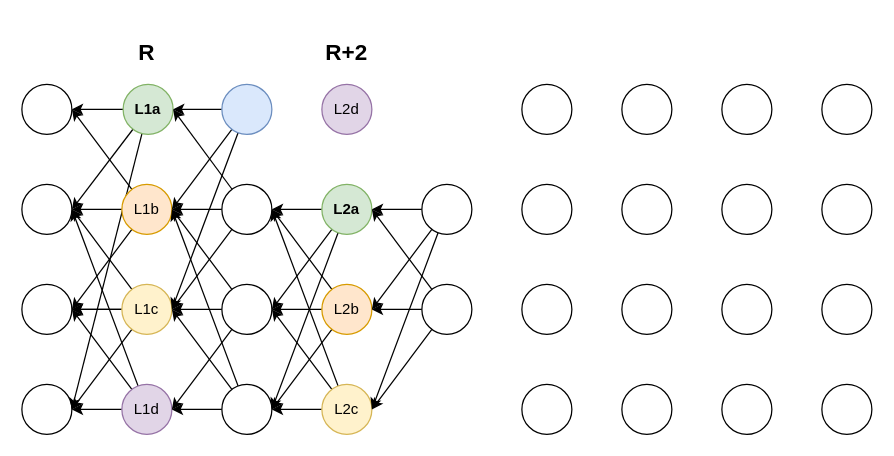
Earlier version of the draw.io diagram dag.drawio (asonnino/various-diagrams). Source tidied: cells renumbered, new cells numbered last; positions are measured from the earlier drawing's top-left corner, leaving out a move shared by most shapes. Both pictures are drawn from the tidied source at 125%, with x=0, y=0 at pixel (21, 34).
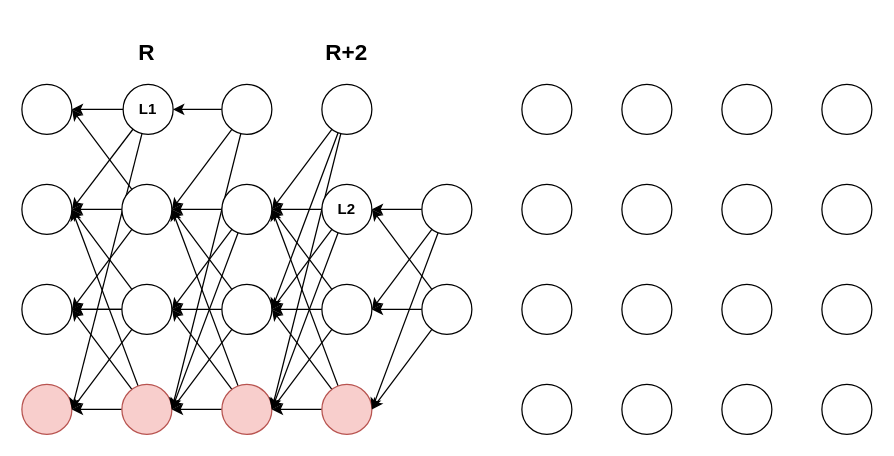
The same page after the edit.

The change refers to these unchanged cells:
```xml
<mxCell id="30" style="ellipse;whiteSpace=wrap;html=1;" parent="1" vertex="1">
  <mxGeometry x="160" y="120" width="40" height="40" as="geometry" />
</mxCell>
<mxCell id="34" style="ellipse;whiteSpace=wrap;html=1;" parent="1" vertex="1">
  <mxGeometry x="160" y="200" width="40" height="40" as="geometry" />
</mxCell>
```

Diff of the diagram source:
```diff
@@
-    <mxCell id="5" style="ellipse;whiteSpace=wrap;html=1;" parent="1" vertex="1">
+    <mxCell id="5" style="ellipse;whiteSpace=wrap;html=1;fillColor=#f8cecc;strokeColor=#b85450;" parent="1" vertex="1">
       <mxGeometry y="280" width="40" height="40" as="geometry" />
     </mxCell>
@@
-    <mxCell id="9" value="&lt;b&gt;L1a&lt;/b&gt;" style="ellipse;whiteSpace=wrap;html=1;fillColor=#d5e8d4;strokeColor=#82b366;" parent="1" vertex="1">
+    <mxCell id="9" value="&lt;b&gt;L1&lt;/b&gt;" style="ellipse;whiteSpace=wrap;html=1;" parent="1" vertex="1">
       <mxGeometry x="81" y="40" width="40" height="40" as="geometry" />
     </mxCell>
@@
-    <mxCell id="13" value="L1b" style="ellipse;whiteSpace=wrap;html=1;fillColor=#ffe6cc;strokeColor=#d79b00;" parent="1" vertex="1">
+    <mxCell id="13" style="ellipse;whiteSpace=wrap;html=1;" parent="1" vertex="1">
       <mxGeometry x="80" y="120" width="40" height="40" as="geometry" />
     </mxCell>
@@
-    <mxCell id="18" value="L1c" style="ellipse;whiteSpace=wrap;html=1;fillColor=#fff2cc;strokeColor=#d6b656;" parent="1" vertex="1">
+    <mxCell id="18" style="ellipse;whiteSpace=wrap;html=1;" parent="1" vertex="1">
       <mxGeometry x="80" y="200" width="40" height="40" as="geometry" />
     </mxCell>
@@
-    <mxCell id="22" value="L1d" style="ellipse;whiteSpace=wrap;html=1;fillColor=#e1d5e7;strokeColor=#9673a6;" parent="1" vertex="1">
+    <mxCell id="22" style="ellipse;whiteSpace=wrap;html=1;fillColor=#f8cecc;strokeColor=#b85450;" parent="1" vertex="1">
       <mxGeometry x="80" y="280" width="40" height="40" as="geometry" />
     </mxCell>
@@
-    <mxCell id="25" style="edgeStyle=none;rounded=0;jettySize=auto;html=1;entryX=1;entryY=0.5;entryDx=0;entryDy=0;" parent="1" edge="1" source="26" target="18">
+    <mxCell id="25" style="edgeStyle=none;rounded=0;jettySize=auto;html=1;entryX=1;entryY=0.5;entryDx=0;entryDy=0;" parent="1" edge="1" source="26" target="22">
       <mxGeometry relative="1" as="geometry" />
     </mxCell>
-    <mxCell id="26" style="ellipse;whiteSpace=wrap;html=1;fillColor=#dae8fc;strokeColor=#6c8ebf;" parent="1" vertex="1">
+    <mxCell id="26" style="ellipse;whiteSpace=wrap;html=1;" parent="1" vertex="1">
       <mxGeometry x="160" y="40" width="40" height="40" as="geometry" />
     </mxCell>
@@
-    <mxCell id="29" style="edgeStyle=none;rounded=0;jettySize=auto;html=1;entryX=1;entryY=0.5;entryDx=0;entryDy=0;" parent="1" edge="1" source="30" target="9">
+    <mxCell id="29" style="edgeStyle=none;rounded=0;jettySize=auto;html=1;entryX=1;entryY=0.5;entryDx=0;entryDy=0;" parent="1" edge="1" source="30" target="22">
       <mxGeometry relative="1" as="geometry" />
     </mxCell>
@@
-    <mxCell id="38" style="ellipse;whiteSpace=wrap;html=1;" parent="1" vertex="1">
+    <mxCell id="38" style="ellipse;whiteSpace=wrap;html=1;fillColor=#f8cecc;strokeColor=#b85450;" parent="1" vertex="1">
       <mxGeometry x="160" y="280" width="40" height="40" as="geometry" />
     </mxCell>
+    <mxCell id="78" style="rounded=0;jettySize=auto;html=1;entryX=1;entryY=0.5;entryDx=0;entryDy=0;" parent="1" edge="1" source="39" target="30">
+      <mxGeometry relative="1" as="geometry" />
+    </mxCell>
+    <mxCell id="79" style="edgeStyle=none;rounded=0;jettySize=auto;html=1;entryX=1;entryY=0.5;entryDx=0;entryDy=0;" parent="1" edge="1" source="39" target="34">
+      <mxGeometry relative="1" as="geometry" />
+    </mxCell>
+    <mxCell id="80" style="edgeStyle=none;rounded=0;jettySize=auto;html=1;entryX=1;entryY=0.5;entryDx=0;entryDy=0;" parent="1" edge="1" source="39" target="38">
+      <mxGeometry relative="1" as="geometry" />
+    </mxCell>
-    <mxCell id="39" value="L2d" style="ellipse;whiteSpace=wrap;html=1;fillColor=#e1d5e7;strokeColor=#9673a6;" parent="1" vertex="1">
+    <mxCell id="39" style="ellipse;whiteSpace=wrap;html=1;" parent="1" vertex="1">
       <mxGeometry x="240" y="40" width="40" height="40" as="geometry" />
     </mxCell>
@@
-    <mxCell id="43" value="&lt;b&gt;L2a&lt;/b&gt;" style="ellipse;whiteSpace=wrap;html=1;fillColor=#d5e8d4;strokeColor=#82b366;" parent="1" vertex="1">
+    <mxCell id="43" value="&lt;b&gt;L2&lt;/b&gt;" style="ellipse;whiteSpace=wrap;html=1;" parent="1" vertex="1">
       <mxGeometry x="240" y="120" width="40" height="40" as="geometry" />
     </mxCell>
@@
-    <mxCell id="47" value="L2b" style="ellipse;whiteSpace=wrap;html=1;fillColor=#ffe6cc;strokeColor=#d79b00;" parent="1" vertex="1">
+    <mxCell id="47" style="ellipse;whiteSpace=wrap;html=1;" parent="1" vertex="1">
       <mxGeometry x="240" y="200" width="40" height="40" as="geometry" />
     </mxCell>
@@
-    <mxCell id="51" value="L2c" style="ellipse;whiteSpace=wrap;html=1;fillColor=#fff2cc;strokeColor=#d6b656;" parent="1" vertex="1">
+    <mxCell id="51" style="ellipse;whiteSpace=wrap;html=1;fillColor=#f8cecc;strokeColor=#b85450;" parent="1" vertex="1">
       <mxGeometry x="240" y="280" width="40" height="40" as="geometry" />
     </mxCell>
```
